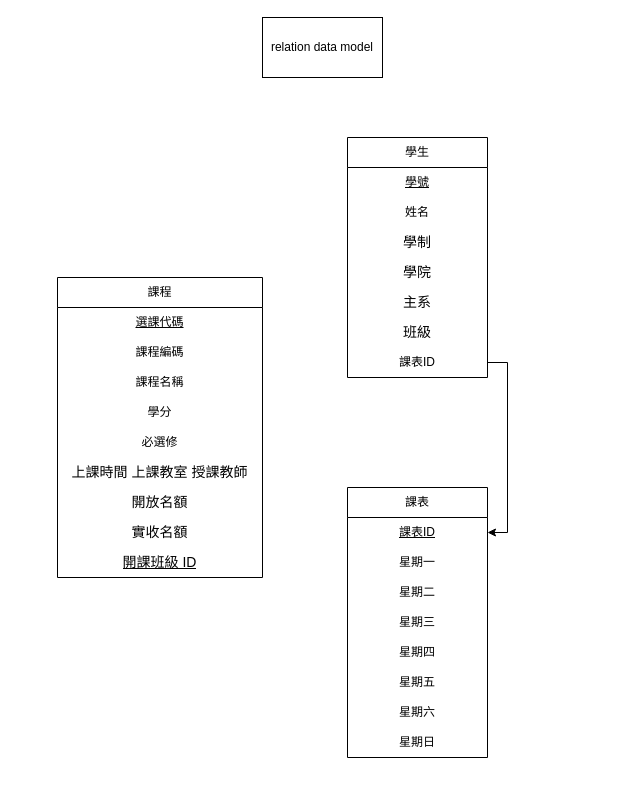
The draw.io diagram DB Schema 設計/relation data model.drawio in SparrowTen/FCU_CourseSearch, before the edit. Source tidied: cells renumbered, new cells numbered last; positions are measured from the earlier drawing's top-left corner, leaving out a move shared by most shapes. Both pictures are drawn from the tidied source at 100%, with x=0, y=0 at pixel (57, 17).
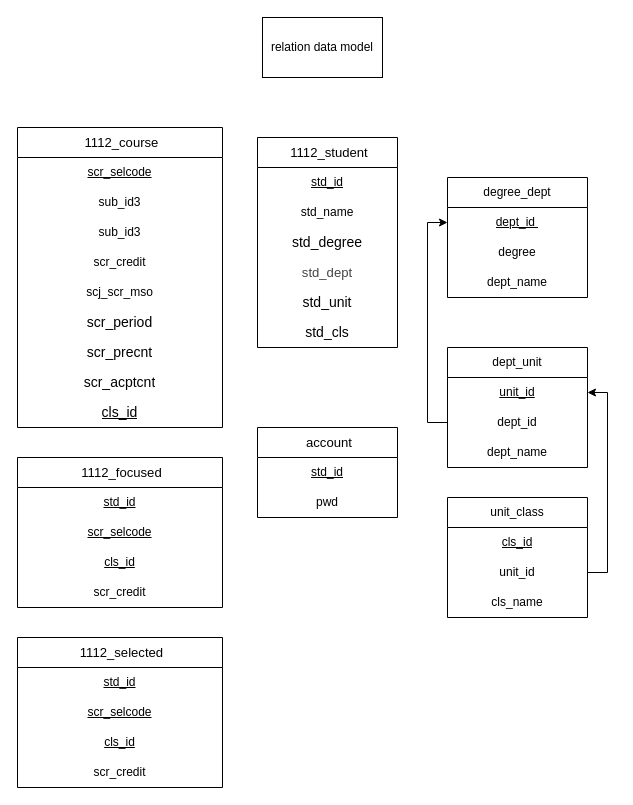
Above is the later version.

The edit, as a diff of the source:
```diff
@@
-    <mxCell id="3" value="課程" style="swimlane;fontStyle=0;horizontal=1;startSize=30;whiteSpace=wrap;html=1;" parent="1" vertex="1">
-      <mxGeometry y="260" width="205" height="300" as="geometry" />
+    <mxCell id="3" value="&lt;a style=&quot;box-sizing: border-box; color: rgb(0, 0, 0); text-decoration-line: none; padding-left: 0.3em; line-height: 1.5em; height: 1.5em; position: relative; z-index: 100; vertical-align: sub; font-size: 13.12px; text-align: left;&quot; title=&quot;瀏覽&quot; href=&quot;http://localhost/phpmyadmin/index.php?route=/sql&amp;amp;pos=0&amp;amp;db=fcu&amp;amp;table=1112_course&quot; class=&quot;hover_show_full&quot;&gt;1112_course&lt;/a&gt;" style="swimlane;fontStyle=0;horizontal=1;startSize=30;whiteSpace=wrap;html=1;" parent="1" vertex="1">
+      <mxGeometry x="-40" y="110" width="205" height="300" as="geometry" />
     </mxCell>
-    <mxCell id="4" value="選課代碼" style="text;strokeColor=none;fillColor=none;align=center;verticalAlign=middle;spacingLeft=4;spacingRight=4;overflow=hidden;whiteSpace=wrap;html=1;fontStyle=4;" parent="3" vertex="1">
+    <mxCell id="4" value="scr_selcode" style="text;strokeColor=none;fillColor=none;align=center;verticalAlign=middle;spacingLeft=4;spacingRight=4;overflow=hidden;whiteSpace=wrap;html=1;fontStyle=4;" parent="3" vertex="1">
       <mxGeometry y="30" width="205" height="30" as="geometry" />
     </mxCell>
-    <mxCell id="5" value="課程編碼" style="text;strokeColor=none;fillColor=none;align=center;verticalAlign=middle;spacingLeft=4;spacingRight=4;overflow=hidden;whiteSpace=wrap;html=1;" parent="3" vertex="1">
+    <mxCell id="5" value="sub_id3" style="text;strokeColor=none;fillColor=none;align=center;verticalAlign=middle;spacingLeft=4;spacingRight=4;overflow=hidden;whiteSpace=wrap;html=1;" parent="3" vertex="1">
       <mxGeometry y="60" width="205" height="30" as="geometry" />
     </mxCell>
-    <mxCell id="6" value="課程名稱" style="text;strokeColor=none;fillColor=none;align=center;verticalAlign=middle;spacingLeft=4;spacingRight=4;overflow=hidden;whiteSpace=wrap;html=1;" parent="3" vertex="1">
+    <mxCell id="6" value="sub_id3" style="text;strokeColor=none;fillColor=none;align=center;verticalAlign=middle;spacingLeft=4;spacingRight=4;overflow=hidden;whiteSpace=wrap;html=1;" parent="3" vertex="1">
       <mxGeometry y="90" width="205" height="30" as="geometry" />
     </mxCell>
-    <mxCell id="7" value="學分" style="text;strokeColor=none;fillColor=none;align=center;verticalAlign=middle;spacingLeft=4;spacingRight=4;overflow=hidden;whiteSpace=wrap;html=1;" parent="3" vertex="1">
+    <mxCell id="7" value="scr_credit" style="text;strokeColor=none;fillColor=none;align=center;verticalAlign=middle;spacingLeft=4;spacingRight=4;overflow=hidden;whiteSpace=wrap;html=1;" parent="3" vertex="1">
       <mxGeometry y="120" width="205" height="30" as="geometry" />
     </mxCell>
-    <mxCell id="8" value="必選修" style="text;strokeColor=none;fillColor=none;align=center;verticalAlign=middle;spacingLeft=4;spacingRight=4;overflow=hidden;whiteSpace=wrap;html=1;" parent="3" vertex="1">
+    <mxCell id="8" value="scj_scr_mso" style="text;strokeColor=none;fillColor=none;align=center;verticalAlign=middle;spacingLeft=4;spacingRight=4;overflow=hidden;whiteSpace=wrap;html=1;" parent="3" vertex="1">
       <mxGeometry y="150" width="205" height="30" as="geometry" />
     </mxCell>
-    <mxCell id="9" value="&lt;div style=&quot;font-size: 14px; line-height: 19px;&quot;&gt;上課時間&amp;nbsp;上課教室&amp;nbsp;授課教師&lt;/div&gt;" style="text;strokeColor=none;fillColor=none;align=center;verticalAlign=middle;spacingLeft=4;spacingRight=4;overflow=hidden;html=1;whiteSpace=wrap;labelBackgroundColor=none;fontColor=default;fontFamily=Helvetica;" parent="3" vertex="1">
+    <mxCell id="9" value="&lt;div style=&quot;font-size: 14px; line-height: 19px;&quot;&gt;scr_period&lt;br&gt;&lt;/div&gt;" style="text;strokeColor=none;fillColor=none;align=center;verticalAlign=middle;spacingLeft=4;spacingRight=4;overflow=hidden;html=1;whiteSpace=wrap;labelBackgroundColor=none;fontColor=default;fontFamily=Helvetica;" parent="3" vertex="1">
       <mxGeometry y="180" width="205" height="30" as="geometry" />
     </mxCell>
-    <mxCell id="10" value="&lt;div style=&quot;font-size: 14px; line-height: 19px;&quot;&gt;開放名額&lt;/div&gt;" style="text;strokeColor=none;fillColor=none;align=center;verticalAlign=middle;spacingLeft=4;spacingRight=4;overflow=hidden;html=1;whiteSpace=wrap;labelBackgroundColor=none;fontColor=default;fontFamily=Helvetica;" parent="3" vertex="1">
+    <mxCell id="10" value="&lt;div style=&quot;font-size: 14px; line-height: 19px;&quot;&gt;scr_precnt&lt;br&gt;&lt;/div&gt;" style="text;strokeColor=none;fillColor=none;align=center;verticalAlign=middle;spacingLeft=4;spacingRight=4;overflow=hidden;html=1;whiteSpace=wrap;labelBackgroundColor=none;fontColor=default;fontFamily=Helvetica;" parent="3" vertex="1">
       <mxGeometry y="210" width="205" height="30" as="geometry" />
     </mxCell>
-    <mxCell id="11" value="&lt;div style=&quot;font-size: 14px; line-height: 19px;&quot;&gt;實收名額&lt;/div&gt;" style="text;strokeColor=none;fillColor=none;align=center;verticalAlign=middle;spacingLeft=4;spacingRight=4;overflow=hidden;html=1;whiteSpace=wrap;labelBackgroundColor=none;fontColor=default;fontFamily=Helvetica;" parent="3" vertex="1">
+    <mxCell id="11" value="&lt;div style=&quot;font-size: 14px; line-height: 19px;&quot;&gt;scr_acptcnt&lt;br&gt;&lt;/div&gt;" style="text;strokeColor=none;fillColor=none;align=center;verticalAlign=middle;spacingLeft=4;spacingRight=4;overflow=hidden;html=1;whiteSpace=wrap;labelBackgroundColor=none;fontColor=default;fontFamily=Helvetica;" parent="3" vertex="1">
       <mxGeometry y="240" width="205" height="30" as="geometry" />
     </mxCell>
-    <mxCell id="12" value="&lt;div style=&quot;font-size: 14px; line-height: 19px;&quot;&gt;&lt;u&gt;開課班級 ID&lt;/u&gt;&lt;/div&gt;" style="text;strokeColor=none;fillColor=none;align=center;verticalAlign=middle;spacingLeft=4;spacingRight=4;overflow=hidden;html=1;whiteSpace=wrap;labelBackgroundColor=none;fontColor=default;fontFamily=Helvetica;" parent="3" vertex="1">
+    <mxCell id="12" value="&lt;div style=&quot;font-size: 14px; line-height: 19px;&quot;&gt;cls_id&lt;br&gt;&lt;/div&gt;" style="text;strokeColor=none;fillColor=none;align=center;verticalAlign=middle;spacingLeft=4;spacingRight=4;overflow=hidden;html=1;whiteSpace=wrap;labelBackgroundColor=none;fontColor=default;fontFamily=Helvetica;fontStyle=4;" parent="3" vertex="1">
       <mxGeometry y="270" width="205" height="30" as="geometry" />
     </mxCell>
-    <mxCell id="13" value="學生" style="swimlane;fontStyle=0;horizontal=1;startSize=30;whiteSpace=wrap;html=1;" parent="1" vertex="1">
-      <mxGeometry x="290" y="120" width="140" height="240" as="geometry" />
+    <mxCell id="13" value="&lt;a style=&quot;box-sizing: border-box; color: rgb(0, 0, 0); text-decoration-line: none; padding-left: 0.3em; line-height: 1.5em; height: 1.5em; position: relative; z-index: 100; vertical-align: sub; font-size: 13.12px; text-align: left;&quot; title=&quot;瀏覽&quot; href=&quot;http://localhost/phpmyadmin/index.php?route=/sql&amp;amp;pos=0&amp;amp;db=fcu&amp;amp;table=1112_student&quot; class=&quot;hover_show_full&quot;&gt;1112_student&lt;/a&gt;" style="swimlane;fontStyle=0;horizontal=1;startSize=30;whiteSpace=wrap;html=1;" parent="1" vertex="1">
+      <mxGeometry x="200" y="120" width="140" height="210" as="geometry" />
     </mxCell>
-    <mxCell id="14" value="學號" style="text;strokeColor=none;fillColor=none;align=center;verticalAlign=middle;spacingLeft=4;spacingRight=4;overflow=hidden;whiteSpace=wrap;html=1;fontStyle=4;" parent="13" vertex="1">
+    <mxCell id="14" value="std_id" style="text;strokeColor=none;fillColor=none;align=center;verticalAlign=middle;spacingLeft=4;spacingRight=4;overflow=hidden;whiteSpace=wrap;html=1;fontStyle=4;" parent="13" vertex="1">
       <mxGeometry y="30" width="140" height="30" as="geometry" />
     </mxCell>
-    <mxCell id="15" value="姓名" style="text;strokeColor=none;fillColor=none;align=center;verticalAlign=middle;spacingLeft=4;spacingRight=4;overflow=hidden;whiteSpace=wrap;html=1;" parent="13" vertex="1">
+    <mxCell id="15" value="std_name" style="text;strokeColor=none;fillColor=none;align=center;verticalAlign=middle;spacingLeft=4;spacingRight=4;overflow=hidden;whiteSpace=wrap;html=1;" parent="13" vertex="1">
       <mxGeometry y="60" width="140" height="30" as="geometry" />
     </mxCell>
-    <mxCell id="16" value="&lt;div style=&quot;font-size: 14px; line-height: 19px;&quot;&gt;學制&lt;/div&gt;" style="text;strokeColor=none;fillColor=none;align=center;verticalAlign=middle;spacingLeft=4;spacingRight=4;overflow=hidden;whiteSpace=wrap;html=1;labelBackgroundColor=none;fontColor=default;fontFamily=Helvetica;" parent="13" vertex="1">
+    <mxCell id="16" value="&lt;div style=&quot;font-size: 14px; line-height: 19px;&quot;&gt;std_degree&lt;br&gt;&lt;/div&gt;" style="text;strokeColor=none;fillColor=none;align=center;verticalAlign=middle;spacingLeft=4;spacingRight=4;overflow=hidden;whiteSpace=wrap;html=1;labelBackgroundColor=none;fontColor=default;fontFamily=Helvetica;" parent="13" vertex="1">
       <mxGeometry y="90" width="140" height="30" as="geometry" />
     </mxCell>
-    <mxCell id="17" value="&lt;div style=&quot;font-size: 14px; line-height: 19px;&quot;&gt;學院&lt;/div&gt;" style="text;strokeColor=none;fillColor=none;align=center;verticalAlign=middle;spacingLeft=4;spacingRight=4;overflow=hidden;whiteSpace=wrap;html=1;labelBackgroundColor=none;fontColor=default;fontFamily=Helvetica;" parent="13" vertex="1">
+    <mxCell id="17" value="&lt;div style=&quot;text-align: left;&quot;&gt;&lt;font face=&quot;sans-serif&quot; color=&quot;#444444&quot;&gt;&lt;span style=&quot;font-size: 13.12px; background-color: rgb(255, 255, 255);&quot;&gt;std_dept&lt;/span&gt;&lt;/font&gt;&lt;/div&gt;" style="text;strokeColor=none;fillColor=none;align=center;verticalAlign=middle;spacingLeft=4;spacingRight=4;overflow=hidden;whiteSpace=wrap;html=1;labelBackgroundColor=none;fontColor=default;fontFamily=Helvetica;" parent="13" vertex="1">
       <mxGeometry y="120" width="140" height="30" as="geometry" />
     </mxCell>
-    <mxCell id="18" value="&lt;div style=&quot;font-size: 14px; line-height: 19px;&quot;&gt;主系&lt;/div&gt;" style="text;strokeColor=none;fillColor=none;align=center;verticalAlign=middle;spacingLeft=4;spacingRight=4;overflow=hidden;whiteSpace=wrap;html=1;labelBackgroundColor=none;fontColor=default;fontFamily=Helvetica;" parent="13" vertex="1">
+    <mxCell id="18" value="&lt;div style=&quot;font-size: 14px; line-height: 19px;&quot;&gt;std_unit&lt;br&gt;&lt;/div&gt;" style="text;strokeColor=none;fillColor=none;align=center;verticalAlign=middle;spacingLeft=4;spacingRight=4;overflow=hidden;whiteSpace=wrap;html=1;labelBackgroundColor=none;fontColor=default;fontFamily=Helvetica;" parent="13" vertex="1">
       <mxGeometry y="150" width="140" height="30" as="geometry" />
     </mxCell>
-    <mxCell id="19" value="&lt;div style=&quot;font-size: 14px; line-height: 19px;&quot;&gt;班級&lt;/div&gt;" style="text;strokeColor=none;fillColor=none;align=center;verticalAlign=middle;spacingLeft=4;spacingRight=4;overflow=hidden;whiteSpace=wrap;html=1;labelBackgroundColor=none;fontColor=default;fontFamily=Helvetica;" parent="13" vertex="1">
+    <mxCell id="19" value="&lt;div style=&quot;font-size: 14px; line-height: 19px;&quot;&gt;std_cls&lt;br&gt;&lt;/div&gt;" style="text;strokeColor=none;fillColor=none;align=center;verticalAlign=middle;spacingLeft=4;spacingRight=4;overflow=hidden;whiteSpace=wrap;html=1;labelBackgroundColor=none;fontColor=default;fontFamily=Helvetica;" parent="13" vertex="1">
       <mxGeometry y="180" width="140" height="30" as="geometry" />
     </mxCell>
-    <mxCell id="20" value="課表ID" style="text;strokeColor=none;fillColor=none;align=center;verticalAlign=middle;spacingLeft=4;spacingRight=4;overflow=hidden;points=[[0,0.5],[1,0.5]];portConstraint=eastwest;whiteSpace=wrap;html=1;" parent="13" vertex="1">
-      <mxGeometry y="210" width="140" height="30" as="geometry" />
-    </mxCell>
-    <mxCell id="21" value="課表" style="swimlane;fontStyle=0;horizontal=1;startSize=30;whiteSpace=wrap;html=1;" parent="1" vertex="1">
-      <mxGeometry x="290" y="470" width="140" height="270" as="geometry" />
-    </mxCell>
-    <mxCell id="22" value="課表ID" style="text;strokeColor=none;fillColor=none;align=center;verticalAlign=middle;spacingLeft=4;spacingRight=4;overflow=hidden;points=[[0,0.5],[1,0.5]];portConstraint=eastwest;whiteSpace=wrap;html=1;fontStyle=4;" parent="21" vertex="1">
-      <mxGeometry y="30" width="140" height="30" as="geometry" />
-    </mxCell>
-    <mxCell id="23" value="星期一" style="text;strokeColor=none;fillColor=none;align=center;verticalAlign=middle;spacingLeft=4;spacingRight=4;overflow=hidden;whiteSpace=wrap;html=1;" parent="21" vertex="1">
-      <mxGeometry y="60" width="140" height="30" as="geometry" />
-    </mxCell>
-    <mxCell id="24" value="星期二" style="text;strokeColor=none;fillColor=none;align=center;verticalAlign=middle;spacingLeft=4;spacingRight=4;overflow=hidden;whiteSpace=wrap;html=1;" parent="21" vertex="1">
-      <mxGeometry y="90" width="140" height="30" as="geometry" />
-    </mxCell>
-    <mxCell id="25" value="星期三" style="text;strokeColor=none;fillColor=none;align=center;verticalAlign=middle;spacingLeft=4;spacingRight=4;overflow=hidden;whiteSpace=wrap;html=1;" parent="21" vertex="1">
-      <mxGeometry y="120" width="140" height="30" as="geometry" />
-    </mxCell>
-    <mxCell id="26" value="星期四" style="text;strokeColor=none;fillColor=none;align=center;verticalAlign=middle;spacingLeft=4;spacingRight=4;overflow=hidden;whiteSpace=wrap;html=1;" parent="21" vertex="1">
-      <mxGeometry y="150" width="140" height="30" as="geometry" />
-    </mxCell>
-    <mxCell id="27" value="星期五" style="text;strokeColor=none;fillColor=none;align=center;verticalAlign=middle;spacingLeft=4;spacingRight=4;overflow=hidden;whiteSpace=wrap;html=1;" parent="21" vertex="1">
-      <mxGeometry y="180" width="140" height="30" as="geometry" />
-    </mxCell>
-    <mxCell id="28" value="星期六" style="text;strokeColor=none;fillColor=none;align=center;verticalAlign=middle;spacingLeft=4;spacingRight=4;overflow=hidden;whiteSpace=wrap;html=1;" parent="21" vertex="1">
-      <mxGeometry y="210" width="140" height="30" as="geometry" />
-    </mxCell>
-    <mxCell id="29" value="星期日" style="text;strokeColor=none;fillColor=none;align=center;verticalAlign=middle;spacingLeft=4;spacingRight=4;overflow=hidden;whiteSpace=wrap;html=1;" parent="21" vertex="1">
-      <mxGeometry y="240" width="140" height="30" as="geometry" />
-    </mxCell>
-    <mxCell id="30" style="edgeStyle=orthogonalEdgeStyle;rounded=0;jettySize=auto;html=1;exitX=1;exitY=0.5;exitDx=0;exitDy=0;entryX=1;entryY=0.5;entryDx=0;entryDy=0;" parent="1" edge="1" source="20" target="22">
-      <mxGeometry relative="1" as="geometry" />
-    </mxCell>
+    <mxCell id="31" value="&lt;a style=&quot;box-sizing: border-box; color: rgb(0, 0, 0); text-decoration-line: none; padding-left: 0.3em; line-height: 1.5em; height: 1.5em; position: relative; z-index: 100; vertical-align: sub; font-size: 13.12px; text-align: left;&quot; title=&quot;瀏覽&quot; href=&quot;http://localhost/phpmyadmin/index.php?route=/sql&amp;amp;pos=0&amp;amp;db=fcu&amp;amp;table=1112_focused&quot; class=&quot;hover_show_full&quot;&gt;1112_focused&lt;/a&gt;" style="swimlane;fontStyle=0;horizontal=1;startSize=30;whiteSpace=wrap;html=1;" parent="1" vertex="1">
+      <mxGeometry x="-40" y="440" width="205" height="150" as="geometry" />
+    </mxCell>
+    <mxCell id="32" value="std_id" style="text;strokeColor=none;fillColor=none;align=center;verticalAlign=middle;spacingLeft=4;spacingRight=4;overflow=hidden;whiteSpace=wrap;html=1;fontStyle=4;" parent="31" vertex="1">
+      <mxGeometry y="30" width="205" height="30" as="geometry" />
+    </mxCell>
+    <mxCell id="33" value="scr_selcode" style="text;strokeColor=none;fillColor=none;align=center;verticalAlign=middle;spacingLeft=4;spacingRight=4;overflow=hidden;whiteSpace=wrap;html=1;fontStyle=4;" parent="31" vertex="1">
+      <mxGeometry y="60" width="205" height="30" as="geometry" />
+    </mxCell>
+    <mxCell id="34" value="cls_id" style="text;strokeColor=none;fillColor=none;align=center;verticalAlign=middle;spacingLeft=4;spacingRight=4;overflow=hidden;whiteSpace=wrap;html=1;fontStyle=4;" parent="31" vertex="1">
+      <mxGeometry y="90" width="205" height="30" as="geometry" />
+    </mxCell>
+    <mxCell id="35" value="scr_credit" style="text;strokeColor=none;fillColor=none;align=center;verticalAlign=middle;spacingLeft=4;spacingRight=4;overflow=hidden;whiteSpace=wrap;html=1;" parent="31" vertex="1">
+      <mxGeometry y="120" width="205" height="30" as="geometry" />
+    </mxCell>
+    <mxCell id="36" value="&lt;a style=&quot;box-sizing: border-box; color: rgb(0, 0, 0); text-decoration-line: none; padding-left: 0.3em; line-height: 1.5em; height: 1.5em; position: relative; z-index: 100; vertical-align: sub; font-family: sans-serif; font-size: 13.12px; text-align: left;&quot; title=&quot;瀏覽&quot; href=&quot;http://localhost/phpmyadmin/index.php?route=/sql&amp;amp;pos=0&amp;amp;db=fcu&amp;amp;table=1112_selected&quot; class=&quot;hover_show_full&quot;&gt;1112_selected&lt;/a&gt;" style="swimlane;fontStyle=0;horizontal=1;startSize=30;whiteSpace=wrap;html=1;" parent="1" vertex="1">
+      <mxGeometry x="-40" y="620" width="205" height="150" as="geometry" />
+    </mxCell>
+    <mxCell id="37" value="std_id" style="text;strokeColor=none;fillColor=none;align=center;verticalAlign=middle;spacingLeft=4;spacingRight=4;overflow=hidden;whiteSpace=wrap;html=1;fontStyle=4;" parent="36" vertex="1">
+      <mxGeometry y="30" width="205" height="30" as="geometry" />
+    </mxCell>
+    <mxCell id="38" value="scr_selcode" style="text;strokeColor=none;fillColor=none;align=center;verticalAlign=middle;spacingLeft=4;spacingRight=4;overflow=hidden;whiteSpace=wrap;html=1;fontStyle=4;" parent="36" vertex="1">
+      <mxGeometry y="60" width="205" height="30" as="geometry" />
+    </mxCell>
+    <mxCell id="39" value="cls_id" style="text;strokeColor=none;fillColor=none;align=center;verticalAlign=middle;spacingLeft=4;spacingRight=4;overflow=hidden;whiteSpace=wrap;html=1;fontStyle=4;" parent="36" vertex="1">
+      <mxGeometry y="90" width="205" height="30" as="geometry" />
+    </mxCell>
+    <mxCell id="40" value="scr_credit" style="text;strokeColor=none;fillColor=none;align=center;verticalAlign=middle;spacingLeft=4;spacingRight=4;overflow=hidden;whiteSpace=wrap;html=1;" parent="36" vertex="1">
+      <mxGeometry y="120" width="205" height="30" as="geometry" />
+    </mxCell>
+    <mxCell id="41" value="&lt;a style=&quot;box-sizing: border-box; color: rgb(0, 0, 0); text-decoration-line: none; padding-left: 0.3em; line-height: 1.5em; height: 1.5em; position: relative; z-index: 100; vertical-align: sub; font-size: 13.12px; text-align: left;&quot; title=&quot;瀏覽&quot; href=&quot;http://localhost/phpmyadmin/index.php?route=/sql&amp;amp;pos=0&amp;amp;db=fcu&amp;amp;table=account&quot; class=&quot;hover_show_full&quot;&gt;account&lt;/a&gt;" style="swimlane;fontStyle=0;horizontal=1;startSize=30;whiteSpace=wrap;html=1;" parent="1" vertex="1">
+      <mxGeometry x="200" y="410" width="140" height="90" as="geometry" />
+    </mxCell>
+    <mxCell id="42" value="std_id" style="text;strokeColor=none;fillColor=none;align=center;verticalAlign=middle;spacingLeft=4;spacingRight=4;overflow=hidden;whiteSpace=wrap;html=1;fontStyle=4;" parent="41" vertex="1">
+      <mxGeometry y="30" width="140" height="30" as="geometry" />
+    </mxCell>
+    <mxCell id="43" value="pwd" style="text;strokeColor=none;fillColor=none;align=center;verticalAlign=middle;spacingLeft=4;spacingRight=4;overflow=hidden;whiteSpace=wrap;html=1;" parent="41" vertex="1">
+      <mxGeometry y="60" width="140" height="30" as="geometry" />
+    </mxCell>
+    <mxCell id="44" value="degree_dept" style="swimlane;fontStyle=0;horizontal=1;startSize=30;whiteSpace=wrap;html=1;" parent="1" vertex="1">
+      <mxGeometry x="390" y="160" width="140" height="120" as="geometry" />
+    </mxCell>
+    <mxCell id="45" value="dept_id&amp;nbsp;" style="text;strokeColor=none;fillColor=none;align=center;verticalAlign=middle;spacingLeft=4;spacingRight=4;overflow=hidden;points=[[0,0.5],[1,0.5]];portConstraint=eastwest;whiteSpace=wrap;html=1;fontStyle=4;" parent="44" vertex="1">
+      <mxGeometry y="30" width="140" height="30" as="geometry" />
+    </mxCell>
+    <mxCell id="46" value="degree" style="text;strokeColor=none;fillColor=none;align=center;verticalAlign=middle;spacingLeft=4;spacingRight=4;overflow=hidden;whiteSpace=wrap;html=1;fontStyle=0;" parent="44" vertex="1">
+      <mxGeometry y="60" width="140" height="30" as="geometry" />
+    </mxCell>
+    <mxCell id="47" value="dept_name" style="text;strokeColor=none;fillColor=none;align=center;verticalAlign=middle;spacingLeft=4;spacingRight=4;overflow=hidden;whiteSpace=wrap;html=1;fontStyle=0;fontFamily=Helvetica;" parent="44" vertex="1">
+      <mxGeometry y="90" width="140" height="30" as="geometry" />
+    </mxCell>
+    <mxCell id="48" value="dept_unit" style="swimlane;fontStyle=0;horizontal=1;startSize=30;whiteSpace=wrap;html=1;" parent="1" vertex="1">
+      <mxGeometry x="390" y="330" width="140" height="120" as="geometry" />
+    </mxCell>
+    <mxCell id="49" value="unit_id" style="text;strokeColor=none;fillColor=none;align=center;verticalAlign=middle;spacingLeft=4;spacingRight=4;overflow=hidden;points=[[0,0.5],[1,0.5]];portConstraint=eastwest;whiteSpace=wrap;html=1;fontStyle=4;" parent="48" vertex="1">
+      <mxGeometry y="30" width="140" height="30" as="geometry" />
+    </mxCell>
+    <mxCell id="50" value="dept_id" style="text;strokeColor=none;fillColor=none;align=center;verticalAlign=middle;spacingLeft=4;spacingRight=4;overflow=hidden;points=[[0,0.5],[1,0.5]];portConstraint=eastwest;whiteSpace=wrap;html=1;fontStyle=0;" parent="48" vertex="1">
+      <mxGeometry y="60" width="140" height="30" as="geometry" />
+    </mxCell>
+    <mxCell id="51" value="dept_name" style="text;strokeColor=none;fillColor=none;align=center;verticalAlign=middle;spacingLeft=4;spacingRight=4;overflow=hidden;whiteSpace=wrap;html=1;fontStyle=0;fontFamily=Helvetica;" parent="48" vertex="1">
+      <mxGeometry y="90" width="140" height="30" as="geometry" />
+    </mxCell>
+    <mxCell id="52" value="unit_class" style="swimlane;fontStyle=0;horizontal=1;startSize=30;whiteSpace=wrap;html=1;" parent="1" vertex="1">
+      <mxGeometry x="390" y="480" width="140" height="120" as="geometry" />
+    </mxCell>
+    <mxCell id="53" value="cls_id" style="text;strokeColor=none;fillColor=none;align=center;verticalAlign=middle;spacingLeft=4;spacingRight=4;overflow=hidden;whiteSpace=wrap;html=1;fontStyle=4;" parent="52" vertex="1">
+      <mxGeometry y="30" width="140" height="30" as="geometry" />
+    </mxCell>
+    <mxCell id="54" value="unit_id" style="text;strokeColor=none;fillColor=none;align=center;verticalAlign=middle;spacingLeft=4;spacingRight=4;overflow=hidden;points=[[0,0.5],[1,0.5]];portConstraint=eastwest;whiteSpace=wrap;html=1;fontStyle=0;" parent="52" vertex="1">
+      <mxGeometry y="60" width="140" height="30" as="geometry" />
+    </mxCell>
+    <mxCell id="55" value="cls_name" style="text;strokeColor=none;fillColor=none;align=center;verticalAlign=middle;spacingLeft=4;spacingRight=4;overflow=hidden;whiteSpace=wrap;html=1;fontStyle=0;fontFamily=Helvetica;" parent="52" vertex="1">
+      <mxGeometry y="90" width="140" height="30" as="geometry" />
+    </mxCell>
+    <mxCell id="56" style="edgeStyle=orthogonalEdgeStyle;rounded=0;jettySize=auto;html=1;exitX=1;exitY=0.5;exitDx=0;exitDy=0;entryX=1;entryY=0.5;entryDx=0;entryDy=0;" parent="1" edge="1" source="54" target="49">
+      <mxGeometry relative="1" as="geometry" />
+    </mxCell>
+    <mxCell id="57" style="edgeStyle=orthogonalEdgeStyle;rounded=0;jettySize=auto;html=1;exitX=0;exitY=0.5;exitDx=0;exitDy=0;entryX=0;entryY=0.5;entryDx=0;entryDy=0;" parent="1" edge="1" source="50" target="45">
+      <mxGeometry relative="1" as="geometry" />
+    </mxCell>
```
